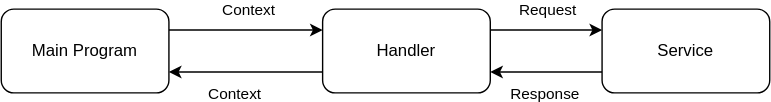
Above: masterthesis/figures/chapter3/solver_gateway_service.svg in compf/master-thesis-report (draw.io), before the change. Source tidied: cells renumbered, new cells last; positions are measured from the earlier drawing's top-left corner, leaving out a move shared by most shapes. Source of this version:
```xml
<mxGraphModel>
  <root>
    <mxCell id="0" />
    <mxCell id="1" parent="0" />
    <mxCell id="2" style="edgeStyle=orthogonalEdgeStyle;rounded=0;jettySize=auto;html=1;exitX=1;exitY=0.25;exitDx=0;exitDy=0;entryX=0;entryY=0.25;entryDx=0;entryDy=0;" parent="1" edge="1" source="4" target="9">
      <mxGeometry relative="1" as="geometry" />
    </mxCell>
    <mxCell id="3" value="Context" style="edgeLabel;html=1;align=center;verticalAlign=middle;" parent="2" vertex="1">
      <mxGeometry x="-0.23" y="1" relative="1" as="geometry">
        <mxPoint x="14" y="-14" as="offset" />
      </mxGeometry>
    </mxCell>
    <mxCell id="4" value="Main Program" style="rounded=1;whiteSpace=wrap;html=1;" parent="1" vertex="1">
      <mxGeometry width="120" height="60" as="geometry" />
    </mxCell>
    <mxCell id="5" style="edgeStyle=orthogonalEdgeStyle;rounded=0;jettySize=auto;html=1;exitX=1;exitY=0.25;exitDx=0;exitDy=0;entryX=0;entryY=0.25;entryDx=0;entryDy=0;" parent="1" edge="1" source="9" target="12">
      <mxGeometry relative="1" as="geometry" />
    </mxCell>
    <mxCell id="6" value="Request" style="edgeLabel;html=1;align=center;verticalAlign=middle;" parent="5" vertex="1">
      <mxGeometry x="0.07" y="3" relative="1" as="geometry">
        <mxPoint x="-3" y="-12" as="offset" />
      </mxGeometry>
    </mxCell>
    <mxCell id="7" style="edgeStyle=orthogonalEdgeStyle;rounded=0;jettySize=auto;html=1;exitX=0;exitY=0.75;exitDx=0;exitDy=0;entryX=1;entryY=0.75;entryDx=0;entryDy=0;" parent="1" edge="1" source="9" target="4">
      <mxGeometry relative="1" as="geometry" />
    </mxCell>
    <mxCell id="8" value="Context" style="edgeLabel;html=1;align=center;verticalAlign=middle;" parent="7" vertex="1">
      <mxGeometry x="0.3" relative="1" as="geometry">
        <mxPoint x="8" y="15" as="offset" />
      </mxGeometry>
    </mxCell>
    <mxCell id="9" value="Handler" style="rounded=1;whiteSpace=wrap;html=1;" parent="1" vertex="1">
      <mxGeometry x="230" width="120" height="60" as="geometry" />
    </mxCell>
    <mxCell id="10" style="edgeStyle=orthogonalEdgeStyle;rounded=0;jettySize=auto;html=1;exitX=0;exitY=0.75;exitDx=0;exitDy=0;entryX=1;entryY=0.75;entryDx=0;entryDy=0;" parent="1" edge="1" source="12" target="9">
      <mxGeometry relative="1" as="geometry" />
    </mxCell>
    <mxCell id="11" value="Response" style="edgeLabel;html=1;align=center;verticalAlign=middle;" parent="10" vertex="1">
      <mxGeometry x="0.05" y="1" relative="1" as="geometry">
        <mxPoint y="14" as="offset" />
      </mxGeometry>
    </mxCell>
    <mxCell id="12" value="Service" style="rounded=1;whiteSpace=wrap;html=1;" parent="1" vertex="1">
      <mxGeometry x="430" width="120" height="60" as="geometry" />
    </mxCell>
  </root>
</mxGraphModel>
```
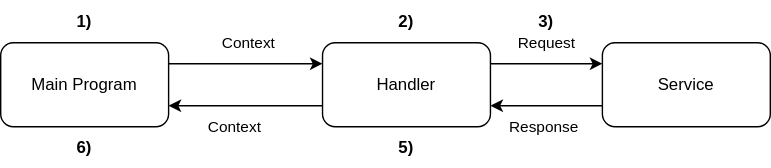
The same diagram one commit later.

Diff of the diagram source:
```diff
@@ -5,11 +5,11 @@
     <mxCell id="2" style="edgeStyle=orthogonalEdgeStyle;rounded=0;jettySize=auto;html=1;exitX=1;exitY=0.25;exitDx=0;exitDy=0;entryX=0;entryY=0.25;entryDx=0;entryDy=0;" parent="1" edge="1" source="4" target="9">
       <mxGeometry relative="1" as="geometry" />
     </mxCell>
-    <mxCell id="3" value="Context" style="edgeLabel;html=1;align=center;verticalAlign=middle;" parent="2" vertex="1">
-      <mxGeometry x="-0.23" y="1" relative="1" as="geometry">
-        <mxPoint x="14" y="-14" as="offset" />
-      </mxGeometry>
-    </mxCell>
+    <mxCell id="13" value="Context" style="edgeLabel;html=1;align=center;verticalAlign=middle;" parent="2" vertex="1">
+      <mxGeometry x="-0.23" y="1" relative="1" as="geometry">
+        <mxPoint x="14" y="-14" as="offset" />
+      </mxGeometry>
+    </mxCell>
     <mxCell id="4" value="Main Program" style="rounded=1;whiteSpace=wrap;html=1;" parent="1" vertex="1">
       <mxGeometry width="120" height="60" as="geometry" />
     </mxCell>
@@ -24,11 +24,11 @@
     <mxCell id="7" style="edgeStyle=orthogonalEdgeStyle;rounded=0;jettySize=auto;html=1;exitX=0;exitY=0.75;exitDx=0;exitDy=0;entryX=1;entryY=0.75;entryDx=0;entryDy=0;" parent="1" edge="1" source="9" target="4">
       <mxGeometry relative="1" as="geometry" />
     </mxCell>
-    <mxCell id="8" value="Context" style="edgeLabel;html=1;align=center;verticalAlign=middle;" parent="7" vertex="1">
-      <mxGeometry x="0.3" relative="1" as="geometry">
-        <mxPoint x="8" y="15" as="offset" />
-      </mxGeometry>
-    </mxCell>
+    <mxCell id="14" value="Context" style="edgeLabel;html=1;align=center;verticalAlign=middle;" parent="7" vertex="1">
+      <mxGeometry x="0.3" relative="1" as="geometry">
+        <mxPoint x="8" y="15" as="offset" />
+      </mxGeometry>
+    </mxCell>
     <mxCell id="9" value="Handler" style="rounded=1;whiteSpace=wrap;html=1;" parent="1" vertex="1">
       <mxGeometry x="230" width="120" height="60" as="geometry" />
     </mxCell>
@@ -43,5 +43,20 @@
     <mxCell id="12" value="Service" style="rounded=1;whiteSpace=wrap;html=1;" parent="1" vertex="1">
       <mxGeometry x="430" width="120" height="60" as="geometry" />
     </mxCell>
+    <mxCell id="15" value="1)" style="text;html=1;align=center;verticalAlign=middle;whiteSpace=wrap;rounded=0;fontStyle=1;" parent="1" vertex="1">
+      <mxGeometry x="30" y="-30" width="60" height="30" as="geometry" />
+    </mxCell>
+    <mxCell id="16" value="2)" style="text;html=1;align=center;verticalAlign=middle;whiteSpace=wrap;rounded=0;fontStyle=1;" parent="1" vertex="1">
+      <mxGeometry x="260" y="-30" width="60" height="30" as="geometry" />
+    </mxCell>
+    <mxCell id="17" value="3)" style="text;html=1;align=center;verticalAlign=middle;whiteSpace=wrap;rounded=0;fontStyle=1;" parent="1" vertex="1">
+      <mxGeometry x="360" y="-30" width="60" height="30" as="geometry" />
+    </mxCell>
+    <mxCell id="18" value="5)" style="text;html=1;align=center;verticalAlign=middle;whiteSpace=wrap;rounded=0;fontStyle=1;" parent="1" vertex="1">
+      <mxGeometry x="260" y="60" width="60" height="30" as="geometry" />
+    </mxCell>
+    <mxCell id="19" value="6)" style="text;html=1;align=center;verticalAlign=middle;whiteSpace=wrap;rounded=0;fontStyle=1;" parent="1" vertex="1">
+      <mxGeometry x="30" y="60" width="60" height="30" as="geometry" />
+    </mxCell>
   </root>
 </mxGraphModel>
```
